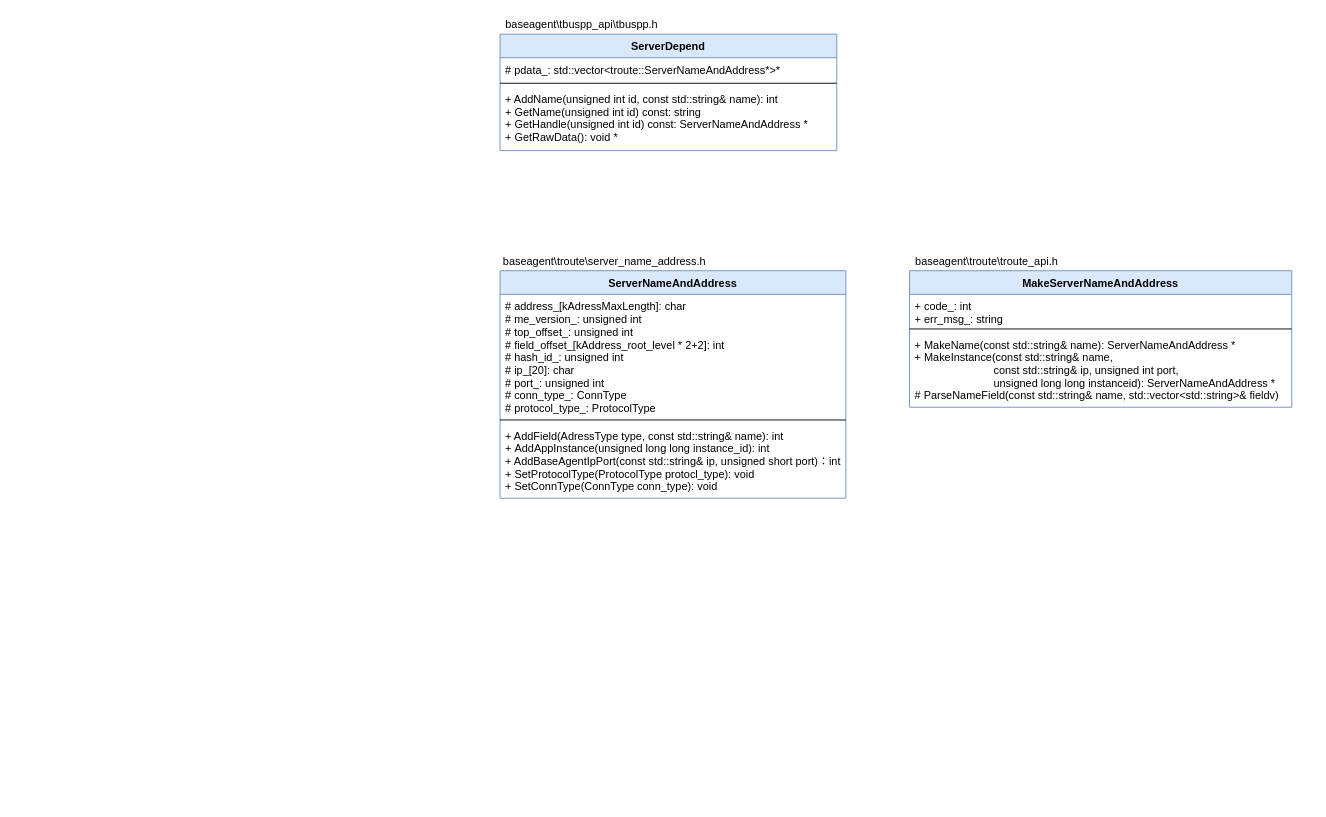
Before: tbuspp.drawio in walkerdu/draw_io, a draw.io diagram. Source tidied: cells renumbered, new cells numbered last; positions are measured from the earlier drawing's top-left corner, leaving out a move shared by most shapes. Both pictures are drawn from the tidied source at 91%, with x=0, y=0 at pixel (500, 15).
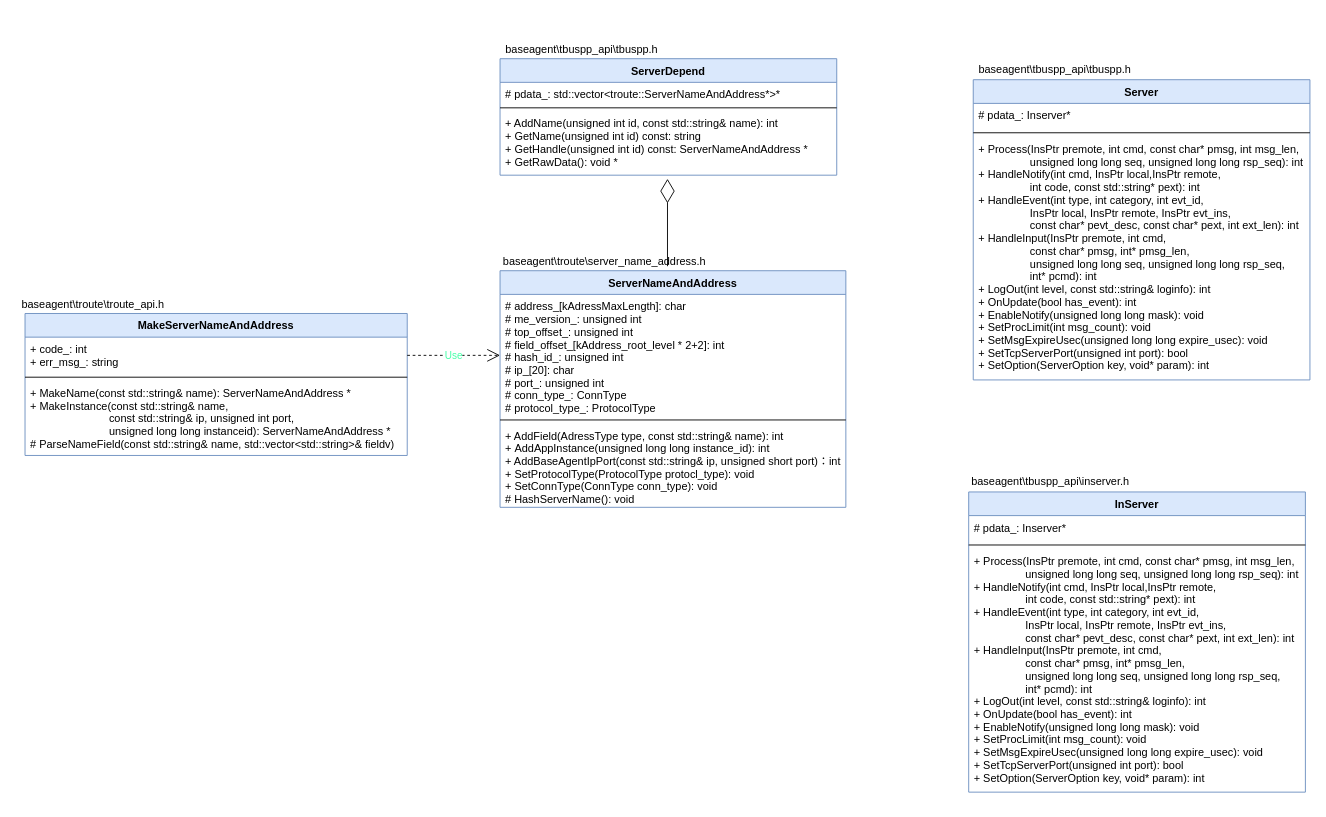
The same diagram, later.

Unchanged cells that the change refers to:
```xml
<mxCell id="9" value="# address_[kAdressMaxLength]: char &#10;# me_version_: unsigned int&#10;# top_offset_: unsigned int&#10;# field_offset_[kAddress_root_level * 2+2]: int&#10;# hash_id_: unsigned int&#10;# ip_[20]: char&#10;# port_: unsigned int&#10;# conn_type_: ConnType&#10;# protocol_type_: ProtocolType" style="text;align=left;verticalAlign=top;spacingLeft=4;spacingRight=4;overflow=hidden;points=[[0,0.5],[1,0.5]];portConstraint=eastwest;fontColor=#000000;" parent="8" vertex="1">
  <mxGeometry y="26" width="380" height="134" as="geometry" />
</mxCell>
```

Diff of the diagram source:
```diff
@@
+    <mxCell id="17" style="group;" parent="1" vertex="1">
+      <mxGeometry y="27" width="370" height="148" as="geometry" />
+    </mxCell>
-    <mxCell id="2" value="ServerDepend" style="swimlane;fontStyle=1;align=center;verticalAlign=top;horizontal=1;startSize=26;fillColor=#dae8fc;strokeColor=#6c8ebf;" parent="1" vertex="1">
+    <mxCell id="2" value="ServerDepend" style="swimlane;fontStyle=1;align=center;verticalAlign=top;horizontal=1;startSize=26;fillColor=#dae8fc;strokeColor=#6c8ebf;" parent="17" vertex="1">
       <mxGeometry y="20" width="370" height="128" as="geometry" />
     </mxCell>
@@
-    <mxCell id="6" value="baseagent\tbuspp_api\tbuspp.h" style="text;html=1;strokeColor=none;fillColor=none;align=center;verticalAlign=middle;whiteSpace=wrap;rounded=0;" parent="1" vertex="1">
+    <mxCell id="6" value="baseagent\tbuspp_api\tbuspp.h" style="text;html=1;strokeColor=none;fillColor=none;align=center;verticalAlign=middle;whiteSpace=wrap;rounded=0;" parent="17" vertex="1">
       <mxGeometry width="180" height="20" as="geometry" />
     </mxCell>
+    <mxCell id="18" style="group;" parent="1" vertex="1">
+      <mxGeometry y="260" width="380" height="280" as="geometry" />
+    </mxCell>
-    <mxCell id="7" value="baseagent\troute\server_name_address.h" style="text;html=1;strokeColor=none;fillColor=none;align=center;verticalAlign=middle;whiteSpace=wrap;rounded=0;" parent="1" vertex="1">
-      <mxGeometry y="260" width="230" height="20" as="geometry" />
+    <mxCell id="7" value="baseagent\troute\server_name_address.h" style="text;html=1;strokeColor=none;fillColor=none;align=center;verticalAlign=middle;whiteSpace=wrap;rounded=0;" parent="18" vertex="1">
+      <mxGeometry width="230" height="20" as="geometry" />
     </mxCell>
-    <mxCell id="8" value="ServerNameAndAddress" style="swimlane;fontStyle=1;align=center;verticalAlign=top;horizontal=1;startSize=26;fillColor=#dae8fc;strokeColor=#6c8ebf;" parent="1" vertex="1">
-      <mxGeometry y="280" width="380" height="250" as="geometry" />
+    <mxCell id="8" value="ServerNameAndAddress" style="swimlane;fontStyle=1;align=center;verticalAlign=top;horizontal=1;startSize=26;fillColor=#dae8fc;strokeColor=#6c8ebf;" parent="18" vertex="1">
+      <mxGeometry y="20" width="380" height="260" as="geometry" />
     </mxCell>
@@
-    <mxCell id="11" value="+ AddField(AdressType type, const std::string&amp; name): int &#10;+ AddAppInstance(unsigned long long instance_id): int&#10;+ AddBaseAgentIpPort(const std::string&amp; ip, unsigned short port)：int&#10;+ SetProtocolType(ProtocolType protocl_type): void&#10;+ SetConnType(ConnType conn_type): void" style="text;align=left;verticalAlign=top;spacingLeft=4;spacingRight=4;overflow=hidden;" parent="8" vertex="1">
-      <mxGeometry y="168" width="380" height="82" as="geometry" />
+    <mxCell id="11" value="+ AddField(AdressType type, const std::string&amp; name): int &#10;+ AddAppInstance(unsigned long long instance_id): int&#10;+ AddBaseAgentIpPort(const std::string&amp; ip, unsigned short port)：int&#10;+ SetProtocolType(ProtocolType protocl_type): void&#10;+ SetConnType(ConnType conn_type): void&#10;# HashServerName(): void" style="text;align=left;verticalAlign=top;spacingLeft=4;spacingRight=4;overflow=hidden;" parent="8" vertex="1">
+      <mxGeometry y="168" width="380" height="92" as="geometry" />
     </mxCell>
+    <mxCell id="19" style="group;" parent="1" vertex="1">
+      <mxGeometry x="-532" y="307" width="430" height="170" as="geometry" />
+    </mxCell>
-    <mxCell id="12" value="MakeServerNameAndAddress" style="swimlane;fontStyle=1;align=center;verticalAlign=top;horizontal=1;startSize=26;fillColor=#dae8fc;strokeColor=#6c8ebf;" parent="1" vertex="1">
-      <mxGeometry x="450" y="280" width="420" height="150" as="geometry" />
+    <mxCell id="12" value="MakeServerNameAndAddress" style="swimlane;fontStyle=1;align=center;verticalAlign=top;horizontal=1;startSize=26;fillColor=#dae8fc;strokeColor=#6c8ebf;" parent="19" vertex="1">
+      <mxGeometry x="10" y="20" width="420" height="156" as="geometry" />
     </mxCell>
     <mxCell id="13" value="+ code_: int&#10;+ err_msg_: string" style="text;align=left;verticalAlign=top;spacingLeft=4;spacingRight=4;overflow=hidden;points=[[0,0.5],[1,0.5]];portConstraint=eastwest;" parent="12" vertex="1">
-      <mxGeometry y="26" width="420" height="34" as="geometry" />
+      <mxGeometry y="26" width="420" height="40" as="geometry" />
     </mxCell>
     <mxCell id="14" style="line;strokeWidth=1;fillColor=none;align=left;verticalAlign=middle;spacingTop=-1;spacingLeft=3;spacingRight=3;labelPosition=right;" parent="12" vertex="1">
-      <mxGeometry y="60" width="420" height="8" as="geometry" />
+      <mxGeometry y="66" width="420" height="8" as="geometry" />
     </mxCell>
     <mxCell id="15" value="+ MakeName(const std::string&amp; name): ServerNameAndAddress *&#10;+ MakeInstance(const std::string&amp; name, &#10;                          const std::string&amp; ip, unsigned int port, &#10;                          unsigned long long instanceid): ServerNameAndAddress *&#10;# ParseNameField(const std::string&amp; name, std::vector&lt;std::string&gt;&amp; fieldv)" style="text;align=left;verticalAlign=top;spacingLeft=4;spacingRight=4;overflow=hidden;" parent="12" vertex="1">
-      <mxGeometry y="68" width="420" height="82" as="geometry" />
+      <mxGeometry y="74" width="420" height="82" as="geometry" />
     </mxCell>
-    <mxCell id="16" value="baseagent\troute\troute_api.h" style="text;html=1;strokeColor=none;fillColor=none;align=center;verticalAlign=middle;whiteSpace=wrap;rounded=0;" parent="1" vertex="1">
-      <mxGeometry x="450" y="260" width="170" height="20" as="geometry" />
+    <mxCell id="16" value="baseagent\troute\troute_api.h" style="text;html=1;strokeColor=none;fillColor=none;align=center;verticalAlign=middle;whiteSpace=wrap;rounded=0;" parent="19" vertex="1">
+      <mxGeometry width="170" height="20" as="geometry" />
     </mxCell>
+    <mxCell id="20" value="Use" style="endArrow=open;endSize=12;dashed=1;html=1;fontColor=#45FFA8;exitX=1;exitY=0.5;exitDx=0;exitDy=0;entryX=0;entryY=0.5;entryDx=0;entryDy=0;" parent="1" edge="1" source="13" target="9">
+      <mxGeometry relative="1" as="geometry" />
+    </mxCell>
+    <mxCell id="21" style="endArrow=diamondThin;endFill=0;endSize=24;html=1;fontColor=#45FFA8;" parent="1" edge="1">
+      <mxGeometry relative="1" as="geometry">
+        <mxPoint x="184" y="275" as="sourcePoint" />
+        <mxPoint x="184" y="179" as="targetPoint" />
+      </mxGeometry>
+    </mxCell>
+    <mxCell id="22" style="group;" parent="1" vertex="1">
+      <mxGeometry x="520" y="47" width="370" height="363.1" as="geometry" />
+    </mxCell>
+    <mxCell id="23" value="Server" style="swimlane;fontStyle=1;align=center;verticalAlign=top;horizontal=1;startSize=26;fillColor=#dae8fc;strokeColor=#6c8ebf;" parent="22" vertex="1">
+      <mxGeometry y="23.1" width="370" height="329.9" as="geometry" />
+    </mxCell>
+    <mxCell id="24" value="# pdata_: Inserver*" style="text;align=left;verticalAlign=top;spacingLeft=4;spacingRight=4;overflow=hidden;" parent="23" vertex="1">
+      <mxGeometry y="26" width="370" height="27.7" as="geometry" />
+    </mxCell>
+    <mxCell id="25" style="line;strokeWidth=1;fillColor=none;align=left;verticalAlign=middle;spacingTop=-1;spacingLeft=3;spacingRight=3;labelPosition=right;" parent="23" vertex="1">
+      <mxGeometry y="53.7" width="370" height="9.2" as="geometry" />
+    </mxCell>
+    <mxCell id="26" value="+ Process(InsPtr premote, int cmd, const char* pmsg, int msg_len,&#10;                 unsigned long long seq, unsigned long long rsp_seq): int &#10;+ HandleNotify(int cmd, InsPtr local,InsPtr remote,&#10;                 int code, const std::string* pext): int&#10;+ HandleEvent(int type, int category, int evt_id,&#10;                 InsPtr local, InsPtr remote, InsPtr evt_ins,&#10;                 const char* pevt_desc, const char* pext, int ext_len): int&#10;+ HandleInput(InsPtr premote, int cmd, &#10;                 const char* pmsg, int* pmsg_len,&#10;                 unsigned long long seq, unsigned long long rsp_seq, &#10;                 int* pcmd): int&#10;+ LogOut(int level, const std::string&amp; loginfo): int&#10;+ OnUpdate(bool has_event): int&#10;+ EnableNotify(unsigned long long mask): void&#10;+ SetProcLimit(int msg_count): void&#10;+ SetMsgExpireUsec(unsigned long long expire_usec): void&#10;+ SetTcpServerPort(unsigned int port): bool&#10;+ SetOption(ServerOption key, void* param): int" style="text;align=left;verticalAlign=top;spacingLeft=4;spacingRight=4;overflow=hidden;" parent="23" vertex="1">
+      <mxGeometry y="62.9" width="370" height="267" as="geometry" />
+    </mxCell>
+    <mxCell id="27" value="baseagent\tbuspp_api\tbuspp.h" style="text;html=1;strokeColor=none;fillColor=none;align=center;verticalAlign=middle;whiteSpace=wrap;rounded=0;" parent="22" vertex="1">
+      <mxGeometry width="180" height="23.1" as="geometry" />
+    </mxCell>
+    <mxCell id="28" style="group;" parent="1" vertex="1">
+      <mxGeometry x="515" y="500" width="370" height="363.1" as="geometry" />
+    </mxCell>
+    <mxCell id="29" value="InServer" style="swimlane;fontStyle=1;align=center;verticalAlign=top;horizontal=1;startSize=26;fillColor=#dae8fc;strokeColor=#6c8ebf;" parent="28" vertex="1">
+      <mxGeometry y="23.1" width="370" height="329.9" as="geometry" />
+    </mxCell>
+    <mxCell id="30" value="# pdata_: Inserver*" style="text;align=left;verticalAlign=top;spacingLeft=4;spacingRight=4;overflow=hidden;" parent="29" vertex="1">
+      <mxGeometry y="26" width="370" height="27.7" as="geometry" />
+    </mxCell>
+    <mxCell id="31" style="line;strokeWidth=1;fillColor=none;align=left;verticalAlign=middle;spacingTop=-1;spacingLeft=3;spacingRight=3;labelPosition=right;" parent="29" vertex="1">
+      <mxGeometry y="53.7" width="370" height="9.2" as="geometry" />
+    </mxCell>
+    <mxCell id="32" value="+ Process(InsPtr premote, int cmd, const char* pmsg, int msg_len,&#10;                 unsigned long long seq, unsigned long long rsp_seq): int &#10;+ HandleNotify(int cmd, InsPtr local,InsPtr remote,&#10;                 int code, const std::string* pext): int&#10;+ HandleEvent(int type, int category, int evt_id,&#10;                 InsPtr local, InsPtr remote, InsPtr evt_ins,&#10;                 const char* pevt_desc, const char* pext, int ext_len): int&#10;+ HandleInput(InsPtr premote, int cmd, &#10;                 const char* pmsg, int* pmsg_len,&#10;                 unsigned long long seq, unsigned long long rsp_seq, &#10;                 int* pcmd): int&#10;+ LogOut(int level, const std::string&amp; loginfo): int&#10;+ OnUpdate(bool has_event): int&#10;+ EnableNotify(unsigned long long mask): void&#10;+ SetProcLimit(int msg_count): void&#10;+ SetMsgExpireUsec(unsigned long long expire_usec): void&#10;+ SetTcpServerPort(unsigned int port): bool&#10;+ SetOption(ServerOption key, void* param): int" style="text;align=left;verticalAlign=top;spacingLeft=4;spacingRight=4;overflow=hidden;" parent="29" vertex="1">
+      <mxGeometry y="62.9" width="370" height="267" as="geometry" />
+    </mxCell>
+    <mxCell id="33" value="baseagent\tbuspp_api\inserver.h" style="text;html=1;strokeColor=none;fillColor=none;align=center;verticalAlign=middle;whiteSpace=wrap;rounded=0;" parent="28" vertex="1">
+      <mxGeometry width="180" height="23.1" as="geometry" />
+    </mxCell>
```
